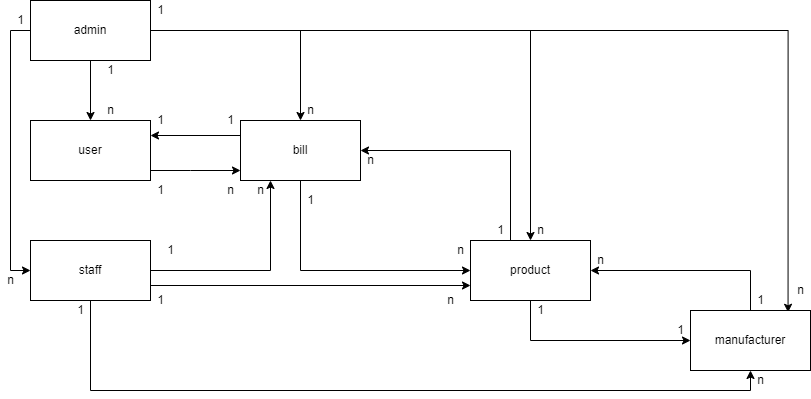
Earlier version of the draw.io export sơ đồ.drawio (1).png (Masiss/project1). Source tidied: cells renumbered, new cells last; positions are measured from the earlier drawing's top-left corner, leaving out a move shared by most shapes. Source of this version:
```xml
<mxGraphModel>
  <root>
    <mxCell id="0" />
    <mxCell id="1" parent="0" />
    <mxCell id="2" style="edgeStyle=orthogonalEdgeStyle;rounded=0;jettySize=auto;html=1;entryX=0.5;entryY=0;entryDx=0;entryDy=0;" parent="1" edge="1" source="7" target="13">
      <mxGeometry relative="1" as="geometry" />
    </mxCell>
    <mxCell id="3" style="edgeStyle=orthogonalEdgeStyle;rounded=0;jettySize=auto;html=1;entryX=0.5;entryY=0;entryDx=0;entryDy=0;" parent="1" edge="1" source="7" target="16">
      <mxGeometry relative="1" as="geometry" />
    </mxCell>
    <mxCell id="4" style="edgeStyle=orthogonalEdgeStyle;rounded=0;jettySize=auto;html=1;entryX=0.813;entryY=0.03;entryDx=0;entryDy=0;entryPerimeter=0;" parent="1" edge="1" source="7" target="18">
      <mxGeometry relative="1" as="geometry" />
    </mxCell>
    <mxCell id="5" style="edgeStyle=orthogonalEdgeStyle;rounded=0;jettySize=auto;html=1;entryX=0;entryY=0.5;entryDx=0;entryDy=0;" parent="1" edge="1" source="7" target="11">
      <mxGeometry relative="1" as="geometry">
        <Array as="points">
          <mxPoint x="10" y="30" />
          <mxPoint x="10" y="270" />
        </Array>
      </mxGeometry>
    </mxCell>
    <mxCell id="6" style="edgeStyle=orthogonalEdgeStyle;rounded=0;jettySize=auto;html=1;entryX=0.5;entryY=0;entryDx=0;entryDy=0;" parent="1" edge="1" source="7" target="21">
      <mxGeometry relative="1" as="geometry" />
    </mxCell>
    <mxCell id="7" value="admin" style="whiteSpace=wrap;html=1;" parent="1" vertex="1">
      <mxGeometry x="30" width="120" height="60" as="geometry" />
    </mxCell>
    <mxCell id="8" style="edgeStyle=orthogonalEdgeStyle;rounded=0;jettySize=auto;html=1;exitX=1;exitY=0.75;exitDx=0;exitDy=0;entryX=0;entryY=0.75;entryDx=0;entryDy=0;" parent="1" edge="1" source="11" target="16">
      <mxGeometry relative="1" as="geometry" />
    </mxCell>
    <mxCell id="9" style="edgeStyle=orthogonalEdgeStyle;rounded=0;jettySize=auto;html=1;entryX=0.25;entryY=1;entryDx=0;entryDy=0;" parent="1" edge="1" source="11" target="21">
      <mxGeometry relative="1" as="geometry" />
    </mxCell>
    <mxCell id="10" style="edgeStyle=orthogonalEdgeStyle;rounded=0;jettySize=auto;html=1;entryX=0.5;entryY=1;entryDx=0;entryDy=0;" parent="1" edge="1" source="11" target="18">
      <mxGeometry relative="1" as="geometry">
        <Array as="points">
          <mxPoint x="90" y="390" />
          <mxPoint x="750" y="390" />
        </Array>
      </mxGeometry>
    </mxCell>
    <mxCell id="11" value="staff" style="whiteSpace=wrap;html=1;" parent="1" vertex="1">
      <mxGeometry x="30" y="240" width="120" height="60" as="geometry" />
    </mxCell>
    <mxCell id="12" style="edgeStyle=orthogonalEdgeStyle;rounded=0;jettySize=auto;html=1;" parent="1" edge="1" source="13" target="21">
      <mxGeometry relative="1" as="geometry">
        <Array as="points">
          <mxPoint x="190" y="170" />
          <mxPoint x="190" y="170" />
        </Array>
      </mxGeometry>
    </mxCell>
    <mxCell id="13" value="user" style="whiteSpace=wrap;html=1;" parent="1" vertex="1">
      <mxGeometry x="30" y="120" width="120" height="60" as="geometry" />
    </mxCell>
    <mxCell id="14" style="edgeStyle=orthogonalEdgeStyle;rounded=0;jettySize=auto;html=1;entryX=0;entryY=0.5;entryDx=0;entryDy=0;" parent="1" edge="1" source="16" target="18">
      <mxGeometry relative="1" as="geometry">
        <Array as="points">
          <mxPoint x="530" y="340" />
        </Array>
      </mxGeometry>
    </mxCell>
    <mxCell id="15" style="edgeStyle=orthogonalEdgeStyle;rounded=0;jettySize=auto;html=1;entryX=1;entryY=0.5;entryDx=0;entryDy=0;" parent="1" edge="1" source="16" target="21">
      <mxGeometry relative="1" as="geometry">
        <Array as="points">
          <mxPoint x="510" y="150" />
        </Array>
      </mxGeometry>
    </mxCell>
    <mxCell id="16" value="product" style="whiteSpace=wrap;html=1;" parent="1" vertex="1">
      <mxGeometry x="470" y="240" width="120" height="60" as="geometry" />
    </mxCell>
    <mxCell id="17" style="edgeStyle=orthogonalEdgeStyle;rounded=0;jettySize=auto;html=1;entryX=1;entryY=0.5;entryDx=0;entryDy=0;" parent="1" edge="1" source="18" target="16">
      <mxGeometry relative="1" as="geometry">
        <Array as="points">
          <mxPoint x="750" y="270" />
        </Array>
      </mxGeometry>
    </mxCell>
    <mxCell id="18" value="manufacturer" style="whiteSpace=wrap;html=1;" parent="1" vertex="1">
      <mxGeometry x="690" y="310" width="120" height="60" as="geometry" />
    </mxCell>
    <mxCell id="19" style="edgeStyle=orthogonalEdgeStyle;rounded=0;jettySize=auto;html=1;entryX=0;entryY=0.5;entryDx=0;entryDy=0;" parent="1" edge="1" source="21" target="16">
      <mxGeometry relative="1" as="geometry">
        <Array as="points">
          <mxPoint x="300" y="270" />
        </Array>
      </mxGeometry>
    </mxCell>
    <mxCell id="20" style="edgeStyle=orthogonalEdgeStyle;rounded=0;jettySize=auto;html=1;exitX=0;exitY=0.25;exitDx=0;exitDy=0;entryX=1;entryY=0.25;entryDx=0;entryDy=0;" parent="1" edge="1" source="21" target="13">
      <mxGeometry relative="1" as="geometry" />
    </mxCell>
    <mxCell id="21" value="bill" style="whiteSpace=wrap;html=1;" parent="1" vertex="1">
      <mxGeometry x="240" y="120" width="120" height="60" as="geometry" />
    </mxCell>
    <mxCell id="22" value="1" style="text;html=1;align=center;verticalAlign=middle;strokeColor=none;fillColor=none;" parent="1" vertex="1">
      <mxGeometry x="100" y="60" width="20" height="20" as="geometry" />
    </mxCell>
    <mxCell id="23" value="n" style="text;html=1;align=center;verticalAlign=middle;strokeColor=none;fillColor=none;" parent="1" vertex="1">
      <mxGeometry x="100" y="100" width="20" height="20" as="geometry" />
    </mxCell>
    <mxCell id="24" value="1" style="text;html=1;align=center;verticalAlign=middle;strokeColor=none;fillColor=none;" parent="1" vertex="1">
      <mxGeometry x="150" y="180" width="20" height="20" as="geometry" />
    </mxCell>
    <mxCell id="25" value="n" style="text;html=1;align=center;verticalAlign=middle;strokeColor=none;fillColor=none;" parent="1" vertex="1">
      <mxGeometry x="220" y="180" width="20" height="20" as="geometry" />
    </mxCell>
    <mxCell id="26" value="1" style="text;html=1;align=center;verticalAlign=middle;strokeColor=none;fillColor=none;" parent="1" vertex="1">
      <mxGeometry x="150" y="290" width="20" height="20" as="geometry" />
    </mxCell>
    <mxCell id="27" value="n" style="text;html=1;align=center;verticalAlign=middle;strokeColor=none;fillColor=none;" parent="1" vertex="1">
      <mxGeometry x="440" y="290" width="20" height="20" as="geometry" />
    </mxCell>
    <mxCell id="28" value="1" style="text;html=1;align=center;verticalAlign=middle;strokeColor=none;fillColor=none;" parent="1" vertex="1">
      <mxGeometry x="750" y="290" width="20" height="20" as="geometry" />
    </mxCell>
    <mxCell id="29" value="n" style="text;html=1;align=center;verticalAlign=middle;strokeColor=none;fillColor=none;" parent="1" vertex="1">
      <mxGeometry x="590" y="250" width="20" height="20" as="geometry" />
    </mxCell>
    <mxCell id="30" value="1" style="text;html=1;align=center;verticalAlign=middle;strokeColor=none;fillColor=none;" parent="1" vertex="1">
      <mxGeometry x="530" y="300" width="20" height="20" as="geometry" />
    </mxCell>
    <mxCell id="31" value="1" style="text;html=1;align=center;verticalAlign=middle;strokeColor=none;fillColor=none;" parent="1" vertex="1">
      <mxGeometry x="670" y="320" width="20" height="20" as="geometry" />
    </mxCell>
    <mxCell id="32" value="1" style="text;html=1;align=center;verticalAlign=middle;strokeColor=none;fillColor=none;" parent="1" vertex="1">
      <mxGeometry x="150" width="20" height="20" as="geometry" />
    </mxCell>
    <mxCell id="33" value="n" style="text;html=1;align=center;verticalAlign=middle;strokeColor=none;fillColor=none;" parent="1" vertex="1">
      <mxGeometry x="530" y="220" width="20" height="20" as="geometry" />
    </mxCell>
    <mxCell id="34" value="1" style="text;html=1;align=center;verticalAlign=middle;strokeColor=none;fillColor=none;" parent="1" vertex="1">
      <mxGeometry x="490" y="220" width="20" height="20" as="geometry" />
    </mxCell>
    <mxCell id="35" value="n" style="text;html=1;align=center;verticalAlign=middle;strokeColor=none;fillColor=none;" parent="1" vertex="1">
      <mxGeometry x="360" y="150" width="20" height="20" as="geometry" />
    </mxCell>
    <mxCell id="36" value="1" style="text;html=1;align=center;verticalAlign=middle;strokeColor=none;fillColor=none;" parent="1" vertex="1">
      <mxGeometry x="300" y="190" width="20" height="20" as="geometry" />
    </mxCell>
    <mxCell id="37" value="n" style="text;html=1;align=center;verticalAlign=middle;strokeColor=none;fillColor=none;" parent="1" vertex="1">
      <mxGeometry x="450" y="240" width="20" height="20" as="geometry" />
    </mxCell>
    <mxCell id="38" value="1" style="text;html=1;align=center;verticalAlign=middle;strokeColor=none;fillColor=none;" parent="1" vertex="1">
      <mxGeometry x="220" y="110" width="20" height="20" as="geometry" />
    </mxCell>
    <mxCell id="39" value="1" style="text;html=1;align=center;verticalAlign=middle;strokeColor=none;fillColor=none;" parent="1" vertex="1">
      <mxGeometry x="150" y="110" width="20" height="20" as="geometry" />
    </mxCell>
    <mxCell id="40" value="n" style="text;html=1;align=center;verticalAlign=middle;strokeColor=none;fillColor=none;" parent="1" vertex="1">
      <mxGeometry x="790" y="280" width="20" height="20" as="geometry" />
    </mxCell>
    <mxCell id="41" value="1" style="text;html=1;align=center;verticalAlign=middle;strokeColor=none;fillColor=none;" parent="1" vertex="1">
      <mxGeometry x="160" y="240" width="20" height="20" as="geometry" />
    </mxCell>
    <mxCell id="42" value="n" style="text;html=1;align=center;verticalAlign=middle;strokeColor=none;fillColor=none;" parent="1" vertex="1">
      <mxGeometry x="250" y="180" width="20" height="20" as="geometry" />
    </mxCell>
    <mxCell id="43" value="1" style="text;html=1;align=center;verticalAlign=middle;strokeColor=none;fillColor=none;" parent="1" vertex="1">
      <mxGeometry x="70" y="300" width="20" height="20" as="geometry" />
    </mxCell>
    <mxCell id="44" value="n" style="text;html=1;align=center;verticalAlign=middle;strokeColor=none;fillColor=none;" parent="1" vertex="1">
      <mxGeometry x="750" y="370" width="20" height="20" as="geometry" />
    </mxCell>
    <mxCell id="45" value="1" style="text;html=1;align=center;verticalAlign=middle;strokeColor=none;fillColor=none;" parent="1" vertex="1">
      <mxGeometry x="10" y="10" width="20" height="20" as="geometry" />
    </mxCell>
    <mxCell id="46" value="n" style="text;html=1;align=center;verticalAlign=middle;strokeColor=none;fillColor=none;" parent="1" vertex="1">
      <mxGeometry y="270" width="20" height="20" as="geometry" />
    </mxCell>
    <mxCell id="47" value="n" style="text;html=1;align=center;verticalAlign=middle;strokeColor=none;fillColor=none;" parent="1" vertex="1">
      <mxGeometry x="300" y="100" width="20" height="20" as="geometry" />
    </mxCell>
  </root>
</mxGraphModel>
```
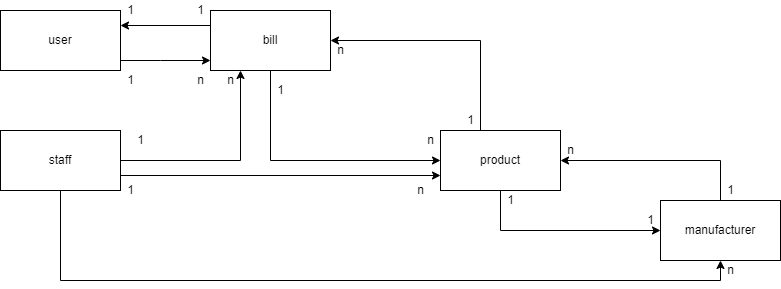
The same diagram one commit later.

Diff of the diagram source:
```diff
@@ -2,29 +2,6 @@
   <root>
     <mxCell id="0" />
     <mxCell id="1" parent="0" />
-    <mxCell id="2" style="edgeStyle=orthogonalEdgeStyle;rounded=0;jettySize=auto;html=1;entryX=0.5;entryY=0;entryDx=0;entryDy=0;" parent="1" edge="1" source="7" target="13">
-      <mxGeometry relative="1" as="geometry" />
-    </mxCell>
-    <mxCell id="3" style="edgeStyle=orthogonalEdgeStyle;rounded=0;jettySize=auto;html=1;entryX=0.5;entryY=0;entryDx=0;entryDy=0;" parent="1" edge="1" source="7" target="16">
-      <mxGeometry relative="1" as="geometry" />
-    </mxCell>
-    <mxCell id="4" style="edgeStyle=orthogonalEdgeStyle;rounded=0;jettySize=auto;html=1;entryX=0.813;entryY=0.03;entryDx=0;entryDy=0;entryPerimeter=0;" parent="1" edge="1" source="7" target="18">
-      <mxGeometry relative="1" as="geometry" />
-    </mxCell>
-    <mxCell id="5" style="edgeStyle=orthogonalEdgeStyle;rounded=0;jettySize=auto;html=1;entryX=0;entryY=0.5;entryDx=0;entryDy=0;" parent="1" edge="1" source="7" target="11">
-      <mxGeometry relative="1" as="geometry">
-        <Array as="points">
-          <mxPoint x="10" y="30" />
-          <mxPoint x="10" y="270" />
-        </Array>
-      </mxGeometry>
-    </mxCell>
-    <mxCell id="6" style="edgeStyle=orthogonalEdgeStyle;rounded=0;jettySize=auto;html=1;entryX=0.5;entryY=0;entryDx=0;entryDy=0;" parent="1" edge="1" source="7" target="21">
-      <mxGeometry relative="1" as="geometry" />
-    </mxCell>
-    <mxCell id="7" value="admin" style="whiteSpace=wrap;html=1;" parent="1" vertex="1">
-      <mxGeometry x="30" width="120" height="60" as="geometry" />
-    </mxCell>
     <mxCell id="8" style="edgeStyle=orthogonalEdgeStyle;rounded=0;jettySize=auto;html=1;exitX=1;exitY=0.75;exitDx=0;exitDy=0;entryX=0;entryY=0.75;entryDx=0;entryDy=0;" parent="1" edge="1" source="11" target="16">
       <mxGeometry relative="1" as="geometry" />
     </mxCell>
@@ -93,12 +70,6 @@
     <mxCell id="21" value="bill" style="whiteSpace=wrap;html=1;" parent="1" vertex="1">
       <mxGeometry x="240" y="120" width="120" height="60" as="geometry" />
     </mxCell>
-    <mxCell id="22" value="1" style="text;html=1;align=center;verticalAlign=middle;strokeColor=none;fillColor=none;" parent="1" vertex="1">
-      <mxGeometry x="100" y="60" width="20" height="20" as="geometry" />
-    </mxCell>
-    <mxCell id="23" value="n" style="text;html=1;align=center;verticalAlign=middle;strokeColor=none;fillColor=none;" parent="1" vertex="1">
-      <mxGeometry x="100" y="100" width="20" height="20" as="geometry" />
-    </mxCell>
     <mxCell id="24" value="1" style="text;html=1;align=center;verticalAlign=middle;strokeColor=none;fillColor=none;" parent="1" vertex="1">
       <mxGeometry x="150" y="180" width="20" height="20" as="geometry" />
     </mxCell>
@@ -123,12 +94,6 @@
     <mxCell id="31" value="1" style="text;html=1;align=center;verticalAlign=middle;strokeColor=none;fillColor=none;" parent="1" vertex="1">
       <mxGeometry x="670" y="320" width="20" height="20" as="geometry" />
     </mxCell>
-    <mxCell id="32" value="1" style="text;html=1;align=center;verticalAlign=middle;strokeColor=none;fillColor=none;" parent="1" vertex="1">
-      <mxGeometry x="150" width="20" height="20" as="geometry" />
-    </mxCell>
-    <mxCell id="33" value="n" style="text;html=1;align=center;verticalAlign=middle;strokeColor=none;fillColor=none;" parent="1" vertex="1">
-      <mxGeometry x="530" y="220" width="20" height="20" as="geometry" />
-    </mxCell>
     <mxCell id="34" value="1" style="text;html=1;align=center;verticalAlign=middle;strokeColor=none;fillColor=none;" parent="1" vertex="1">
       <mxGeometry x="490" y="220" width="20" height="20" as="geometry" />
     </mxCell>
@@ -147,29 +112,14 @@
     <mxCell id="39" value="1" style="text;html=1;align=center;verticalAlign=middle;strokeColor=none;fillColor=none;" parent="1" vertex="1">
       <mxGeometry x="150" y="110" width="20" height="20" as="geometry" />
     </mxCell>
-    <mxCell id="40" value="n" style="text;html=1;align=center;verticalAlign=middle;strokeColor=none;fillColor=none;" parent="1" vertex="1">
-      <mxGeometry x="790" y="280" width="20" height="20" as="geometry" />
-    </mxCell>
     <mxCell id="41" value="1" style="text;html=1;align=center;verticalAlign=middle;strokeColor=none;fillColor=none;" parent="1" vertex="1">
       <mxGeometry x="160" y="240" width="20" height="20" as="geometry" />
     </mxCell>
     <mxCell id="42" value="n" style="text;html=1;align=center;verticalAlign=middle;strokeColor=none;fillColor=none;" parent="1" vertex="1">
       <mxGeometry x="250" y="180" width="20" height="20" as="geometry" />
     </mxCell>
-    <mxCell id="43" value="1" style="text;html=1;align=center;verticalAlign=middle;strokeColor=none;fillColor=none;" parent="1" vertex="1">
-      <mxGeometry x="70" y="300" width="20" height="20" as="geometry" />
-    </mxCell>
     <mxCell id="44" value="n" style="text;html=1;align=center;verticalAlign=middle;strokeColor=none;fillColor=none;" parent="1" vertex="1">
       <mxGeometry x="750" y="370" width="20" height="20" as="geometry" />
     </mxCell>
-    <mxCell id="45" value="1" style="text;html=1;align=center;verticalAlign=middle;strokeColor=none;fillColor=none;" parent="1" vertex="1">
-      <mxGeometry x="10" y="10" width="20" height="20" as="geometry" />
-    </mxCell>
-    <mxCell id="46" value="n" style="text;html=1;align=center;verticalAlign=middle;strokeColor=none;fillColor=none;" parent="1" vertex="1">
-      <mxGeometry y="270" width="20" height="20" as="geometry" />
-    </mxCell>
-    <mxCell id="47" value="n" style="text;html=1;align=center;verticalAlign=middle;strokeColor=none;fillColor=none;" parent="1" vertex="1">
-      <mxGeometry x="300" y="100" width="20" height="20" as="geometry" />
-    </mxCell>
   </root>
 </mxGraphModel>
```
